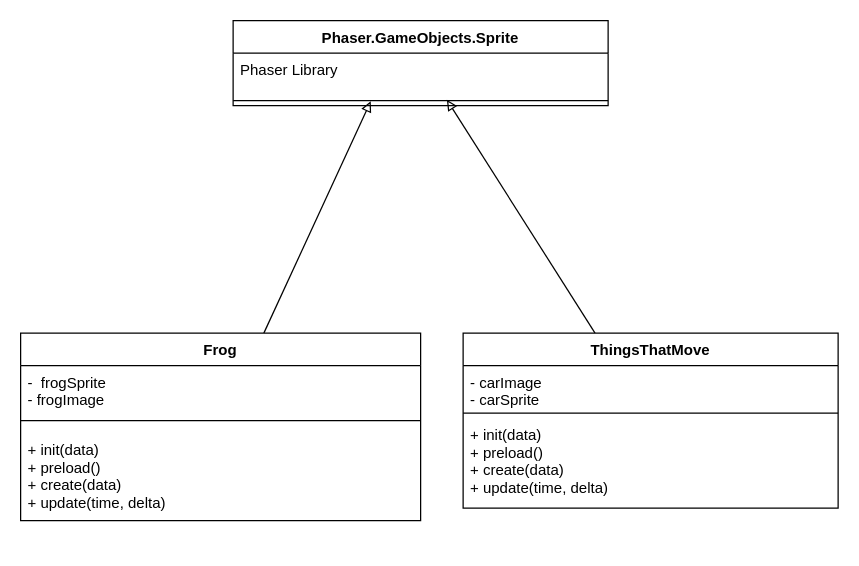
The draw.io diagram drawio/ClassDiagram.drawio in MTHS-ICS4U-2022/ICS4U-2022-Final-Project-Jackson-Rodas, before the edit. Source tidied: cells renumbered, new cells numbered last; positions are measured from the earlier drawing's top-left corner, leaving out a move shared by most shapes. Both pictures are drawn from the tidied source at 125%, with x=0, y=0 at pixel (20, 20).
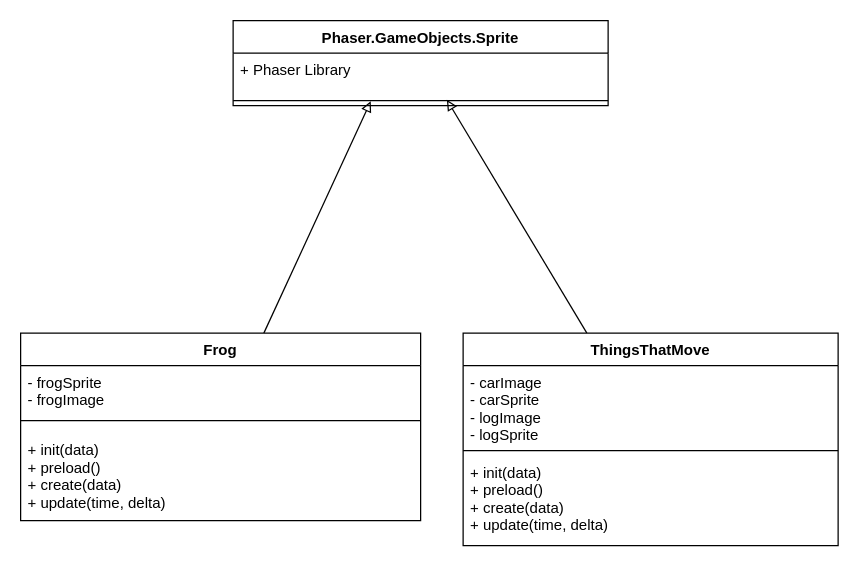
The same diagram, later.

Change to the diagram source:
```diff
@@
 <mxGraphModel>
   <root>
     <mxCell id="0" />
     <mxCell id="1" parent="0" />
     <mxCell id="2" value="Phaser.GameObjects.Sprite" style="swimlane;fontStyle=1;align=center;verticalAlign=top;horizontal=1;startSize=26;" parent="1" vertex="1">
       <mxGeometry x="170" width="300" height="68" as="geometry" />
     </mxCell>
-    <mxCell id="3" value="Phaser Library" style="text;strokeColor=none;fillColor=none;align=left;verticalAlign=top;spacingLeft=4;spacingRight=4;overflow=hidden;" parent="2" vertex="1">
+    <mxCell id="3" value="+ Phaser Library" style="text;strokeColor=none;fillColor=none;align=left;verticalAlign=top;spacingLeft=4;spacingRight=4;overflow=hidden;" parent="2" vertex="1">
       <mxGeometry y="26" width="300" height="34" as="geometry" />
     </mxCell>
     <mxCell id="4" style="line;strokeWidth=1;fillColor=none;align=left;verticalAlign=middle;spacingTop=-1;spacingLeft=3;spacingRight=3;labelPosition=right;points=[];portConstraint=eastwest;" parent="2" vertex="1">
       <mxGeometry y="60" width="300" height="8" as="geometry" />
     </mxCell>
     <mxCell id="5" style="edgeStyle=none;html=1;entryX=0.367;entryY=0.569;entryDx=0;entryDy=0;entryPerimeter=0;endArrow=block;endFill=0;" parent="1" edge="1" source="6" target="4">
       <mxGeometry relative="1" as="geometry" />
     </mxCell>
     <mxCell id="6" value="Frog" style="swimlane;fontStyle=1;align=center;verticalAlign=top;horizontal=1;startSize=26;" parent="1" vertex="1">
       <mxGeometry y="250" width="320" height="150" as="geometry" />
     </mxCell>
-    <mxCell id="7" value="-  frogSprite&#10;- frogImage" style="text;strokeColor=none;fillColor=none;align=left;verticalAlign=top;spacingLeft=4;spacingRight=4;overflow=hidden;" parent="6" vertex="1">
+    <mxCell id="7" value="- frogSprite&#10;- frogImage" style="text;strokeColor=none;fillColor=none;align=left;verticalAlign=top;spacingLeft=4;spacingRight=4;overflow=hidden;" parent="6" vertex="1">
       <mxGeometry y="26" width="320" height="34" as="geometry" />
     </mxCell>
     <mxCell id="8" style="line;strokeWidth=1;fillColor=none;align=left;verticalAlign=middle;spacingTop=-1;spacingLeft=3;spacingRight=3;labelPosition=right;" parent="6" vertex="1">
       <mxGeometry y="60" width="320" height="20" as="geometry" />
     </mxCell>
     <mxCell id="9" value="+ init(data)&#10;+ preload()&#10;+ create(data)&#10;+ update(time, delta)" style="text;strokeColor=none;fillColor=none;align=left;verticalAlign=top;spacingLeft=4;spacingRight=4;overflow=hidden;" parent="6" vertex="1">
       <mxGeometry y="80" width="320" height="70" as="geometry" />
     </mxCell>
     <mxCell id="10" style="edgeStyle=none;html=1;endArrow=block;endFill=0;entryX=0.57;entryY=0.417;entryDx=0;entryDy=0;entryPerimeter=0;" parent="1" edge="1" source="11" target="4">
       <mxGeometry relative="1" as="geometry" />
     </mxCell>
     <mxCell id="11" value="ThingsThatMove" style="swimlane;fontStyle=1;align=center;verticalAlign=top;horizontal=1;startSize=26;" parent="1" vertex="1">
-      <mxGeometry x="354" y="250" width="300" height="140" as="geometry" />
+      <mxGeometry x="354" y="250" width="300" height="170" as="geometry" />
     </mxCell>
-    <mxCell id="12" value="- carImage&#10;- carSprite" style="text;strokeColor=none;fillColor=none;align=left;verticalAlign=top;spacingLeft=4;spacingRight=4;overflow=hidden;" parent="11" vertex="1">
-      <mxGeometry y="26" width="300" height="34" as="geometry" />
+    <mxCell id="12" value="- carImage&#10;- carSprite&#10;- logImage&#10;- logSprite" style="text;strokeColor=none;fillColor=none;align=left;verticalAlign=top;spacingLeft=4;spacingRight=4;overflow=hidden;" parent="11" vertex="1">
+      <mxGeometry y="26" width="300" height="64" as="geometry" />
     </mxCell>
     <mxCell id="13" style="line;strokeWidth=1;fillColor=none;align=left;verticalAlign=middle;spacingTop=-1;spacingLeft=3;spacingRight=3;labelPosition=right;" parent="11" vertex="1">
-      <mxGeometry y="60" width="300" height="8" as="geometry" />
+      <mxGeometry y="90" width="300" height="8" as="geometry" />
     </mxCell>
     <mxCell id="14" value="+ init(data)&#10;+ preload()&#10;+ create(data)&#10;+ update(time, delta)" style="text;strokeColor=none;fillColor=none;align=left;verticalAlign=top;spacingLeft=4;spacingRight=4;overflow=hidden;" parent="11" vertex="1">
-      <mxGeometry y="68" width="300" height="72" as="geometry" />
+      <mxGeometry y="98" width="300" height="72" as="geometry" />
     </mxCell>
   </root>
 </mxGraphModel>
```
